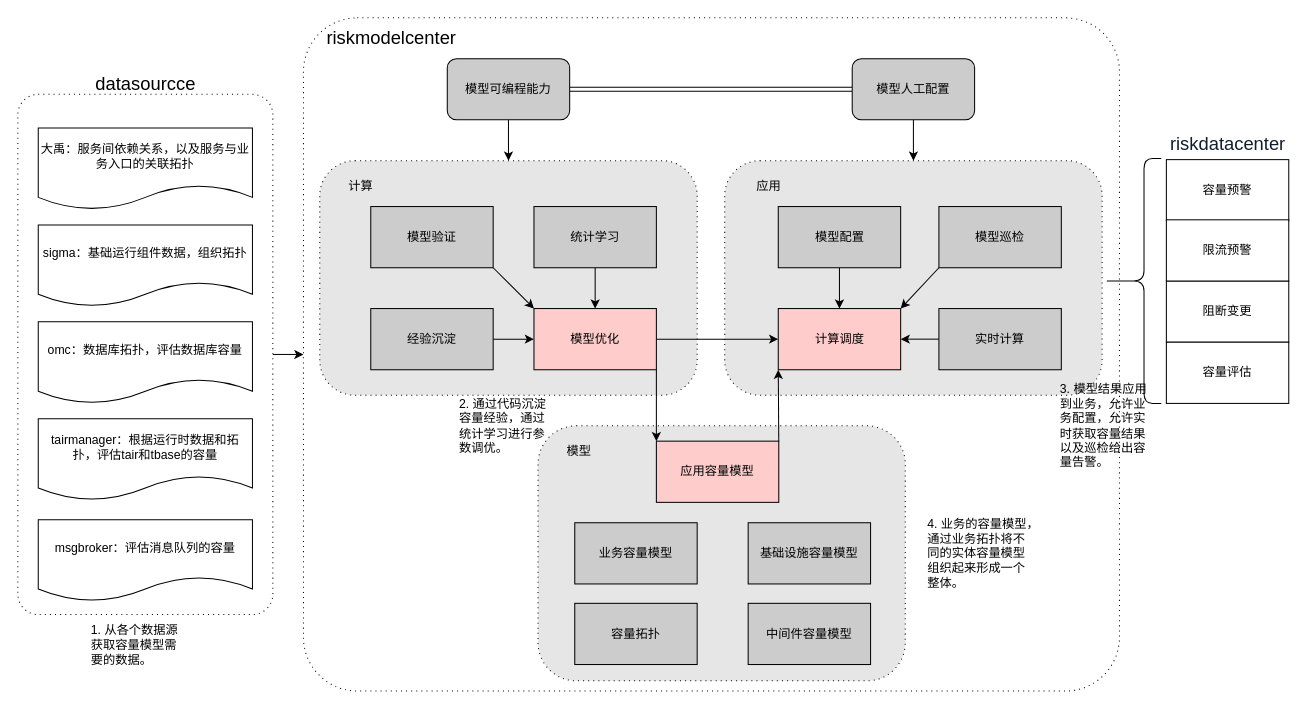
This is 容量.drawio from frankneu/draw.io, a draw.io file, before an edit. Source tidied: cells renumbered, new cells numbered last; positions are measured from the earlier drawing's top-left corner, leaving out a move shared by most shapes. Both pictures are drawn from the tidied source at 102%, with x=0, y=0 at pixel (17, 17).
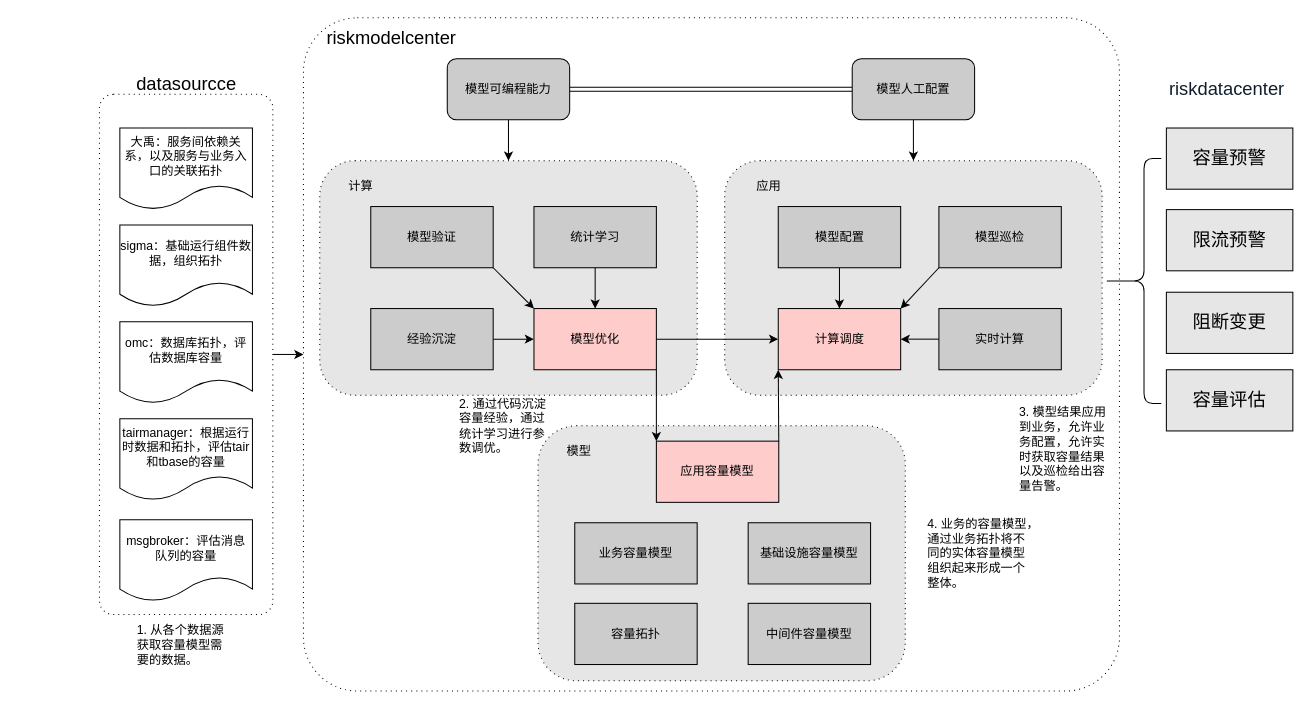
After the change.

The edit, as a diff of the source:
```diff
@@
     <mxCell id="3" style="shape=ext;rounded=1;html=1;whiteSpace=wrap;dashed=1;dashPattern=1 4;fillColor=#FFFFFF;align=left;arcSize=8;" parent="1" vertex="1">
-      <mxGeometry y="75" width="250" height="510" as="geometry" />
+      <mxGeometry x="80" y="75" width="170" height="510" as="geometry" />
     </mxCell>
@@
-    <mxCell id="26" value="容量预警" style="rounded=0;whiteSpace=wrap;html=1;fillColor=#FFFFFF;" parent="1" vertex="1">
-      <mxGeometry x="1126" y="139" width="120" height="60" as="geometry" />
+    <mxCell id="26" value="&lt;font style=&quot;font-size: 18px&quot;&gt;容量预警&lt;/font&gt;" style="rounded=0;whiteSpace=wrap;html=1;fillColor=#E6E6E6;" parent="1" vertex="1">
+      <mxGeometry x="1126" y="108" width="124" height="60" as="geometry" />
     </mxCell>
-    <mxCell id="27" value="阻断变更" style="rounded=0;whiteSpace=wrap;html=1;fillColor=#FFFFFF;" parent="1" vertex="1">
-      <mxGeometry x="1126" y="258" width="120" height="60" as="geometry" />
+    <mxCell id="27" value="&lt;font style=&quot;font-size: 18px&quot;&gt;阻断变更&lt;/font&gt;" style="rounded=0;whiteSpace=wrap;html=1;fillColor=#E6E6E6;" parent="1" vertex="1">
+      <mxGeometry x="1126" y="269" width="124" height="60" as="geometry" />
     </mxCell>
-    <mxCell id="28" value="容量评估" style="rounded=0;whiteSpace=wrap;html=1;fillColor=#FFFFFF;" parent="1" vertex="1">
-      <mxGeometry x="1126" y="318" width="120" height="60" as="geometry" />
+    <mxCell id="28" value="&lt;font style=&quot;font-size: 18px&quot;&gt;容量评估&lt;/font&gt;" style="rounded=0;whiteSpace=wrap;html=1;fillColor=#E6E6E6;" parent="1" vertex="1">
+      <mxGeometry x="1126" y="345" width="124" height="60" as="geometry" />
     </mxCell>
     <mxCell id="29" value="大禹：服务间依赖关系，以及服务与业务入口的关联拓扑" style="shape=document;whiteSpace=wrap;html=1;boundedLbl=1;fillColor=#FFFFFF;align=center;" parent="1" vertex="1">
-      <mxGeometry x="20" y="108" width="210" height="80" as="geometry" />
+      <mxGeometry x="100" y="108" width="130" height="80" as="geometry" />
     </mxCell>
     <mxCell id="30" value="sigma：基础运行组件数据，组织拓扑" style="shape=document;whiteSpace=wrap;html=1;boundedLbl=1;fillColor=#FFFFFF;" parent="1" vertex="1">
-      <mxGeometry x="20" y="203" width="210" height="80" as="geometry" />
+      <mxGeometry x="100" y="203" width="130" height="80" as="geometry" />
     </mxCell>
     <mxCell id="31" value="omc：数据库拓扑，评估数据库容量" style="shape=document;whiteSpace=wrap;html=1;boundedLbl=1;fillColor=#FFFFFF;" parent="1" vertex="1">
-      <mxGeometry x="20" y="298" width="210" height="80" as="geometry" />
+      <mxGeometry x="100" y="298" width="130" height="80" as="geometry" />
     </mxCell>
     <mxCell id="32" value="tairmanager：根据运行时数据和拓扑，评估tair和tbase的容量" style="shape=document;whiteSpace=wrap;html=1;boundedLbl=1;fillColor=#FFFFFF;" parent="1" vertex="1">
-      <mxGeometry x="20" y="393" width="210" height="80" as="geometry" />
+      <mxGeometry x="100" y="393" width="130" height="80" as="geometry" />
     </mxCell>
     <mxCell id="33" value="msgbroker：评估消息队列的容量" style="shape=document;whiteSpace=wrap;html=1;boundedLbl=1;fillColor=#FFFFFF;" parent="1" vertex="1">
-      <mxGeometry x="20" y="492" width="210" height="80" as="geometry" />
+      <mxGeometry x="100" y="492" width="130" height="80" as="geometry" />
     </mxCell>
@@
     <mxCell id="47" value="&lt;span style=&quot;color: rgb(17 , 31 , 44) ; text-align: left ; white-space: pre-wrap ; background-color: rgb(255 , 255 , 255)&quot;&gt;&lt;font style=&quot;font-size: 18px&quot;&gt;riskdatacenter&lt;/font&gt;&lt;/span&gt;" style="text;html=1;align=center;verticalAlign=middle;" parent="1" vertex="1">
-      <mxGeometry x="1121" y="114" width="130" height="20" as="geometry" />
+      <mxGeometry x="1120" y="60" width="130" height="20" as="geometry" />
     </mxCell>
@@
     <mxCell id="49" value="&lt;font style=&quot;font-size: 18px&quot;&gt;datasourcce&lt;/font&gt;" style="text;html=1;align=center;verticalAlign=middle;" parent="1" vertex="1">
-      <mxGeometry x="70" y="55" width="110" height="20" as="geometry" />
+      <mxGeometry x="110" y="55" width="110" height="20" as="geometry" />
     </mxCell>
     <mxCell id="50" value="1. 从各个数据源&lt;br&gt;获取容量模型需&lt;br&gt;要的数据。" style="text;html=1;align=left;verticalAlign=middle;" parent="1" vertex="1">
-      <mxGeometry x="70" y="590" width="100" height="50" as="geometry" />
+      <mxGeometry x="115" y="590" width="100" height="50" as="geometry" />
     </mxCell>
@@
     <mxCell id="52" value="3. 模型结果应用&lt;br&gt;到业务，允许业&lt;br&gt;务配置，允许实&lt;br&gt;时获取容量结果&lt;br&gt;以及巡检给出容&lt;br&gt;量告警。" style="text;html=1;align=left;verticalAlign=middle;" parent="1" vertex="1">
-      <mxGeometry x="1020" y="355" width="100" height="90" as="geometry" />
+      <mxGeometry x="980" y="378" width="100" height="90" as="geometry" />
     </mxCell>
@@
-    <mxCell id="54" value="限流预警" style="rounded=0;whiteSpace=wrap;html=1;fillColor=#FFFFFF;" parent="1" vertex="1">
-      <mxGeometry x="1126" y="198" width="120" height="60" as="geometry" />
+    <mxCell id="54" value="&lt;font style=&quot;font-size: 18px&quot;&gt;限流预警&lt;/font&gt;" style="rounded=0;whiteSpace=wrap;html=1;fillColor=#E6E6E6;" parent="1" vertex="1">
+      <mxGeometry x="1126" y="188" width="124" height="60" as="geometry" />
     </mxCell>
```
